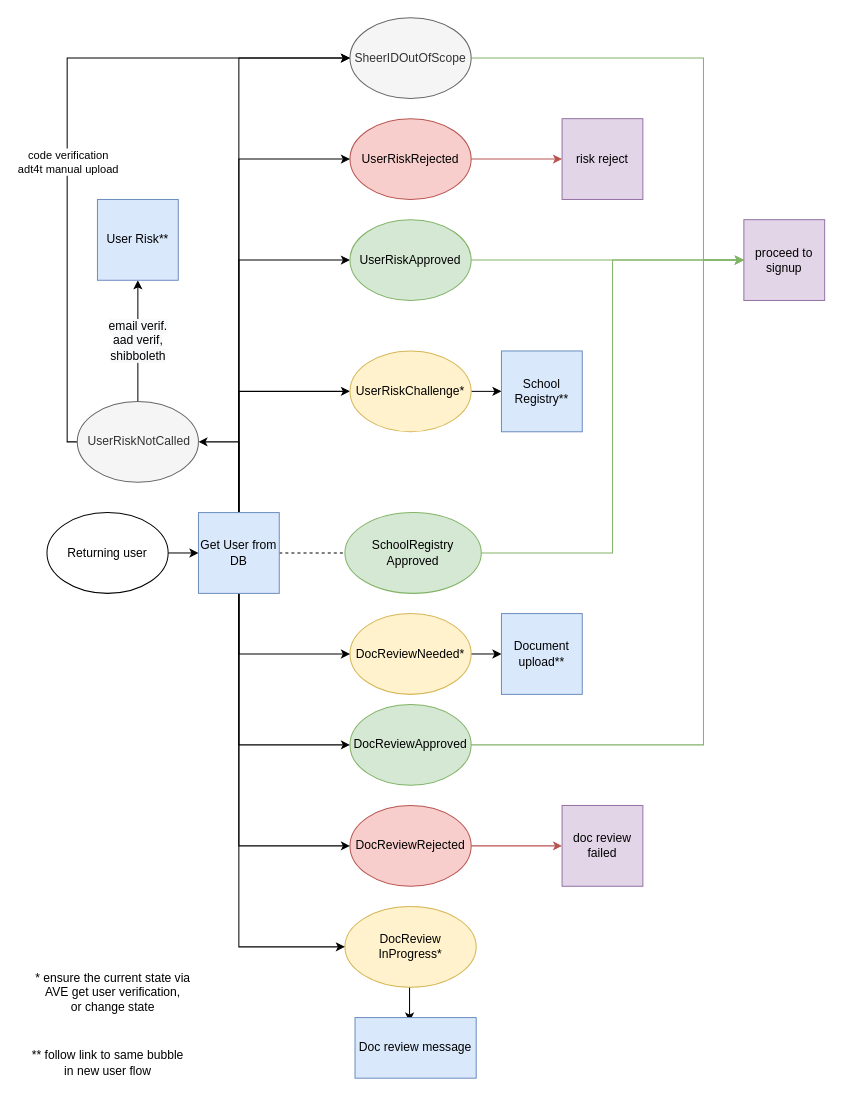
Before: sheer id 2.drawio in sauravbhattacharya001/sauravbhattacharya001, a draw.io diagram. Source tidied: cells renumbered, new cells numbered last; positions are measured from the earlier drawing's top-left corner, leaving out a move shared by most shapes. Both pictures are drawn from the tidied source at 101%, with x=0, y=0 at pixel (21, 17).
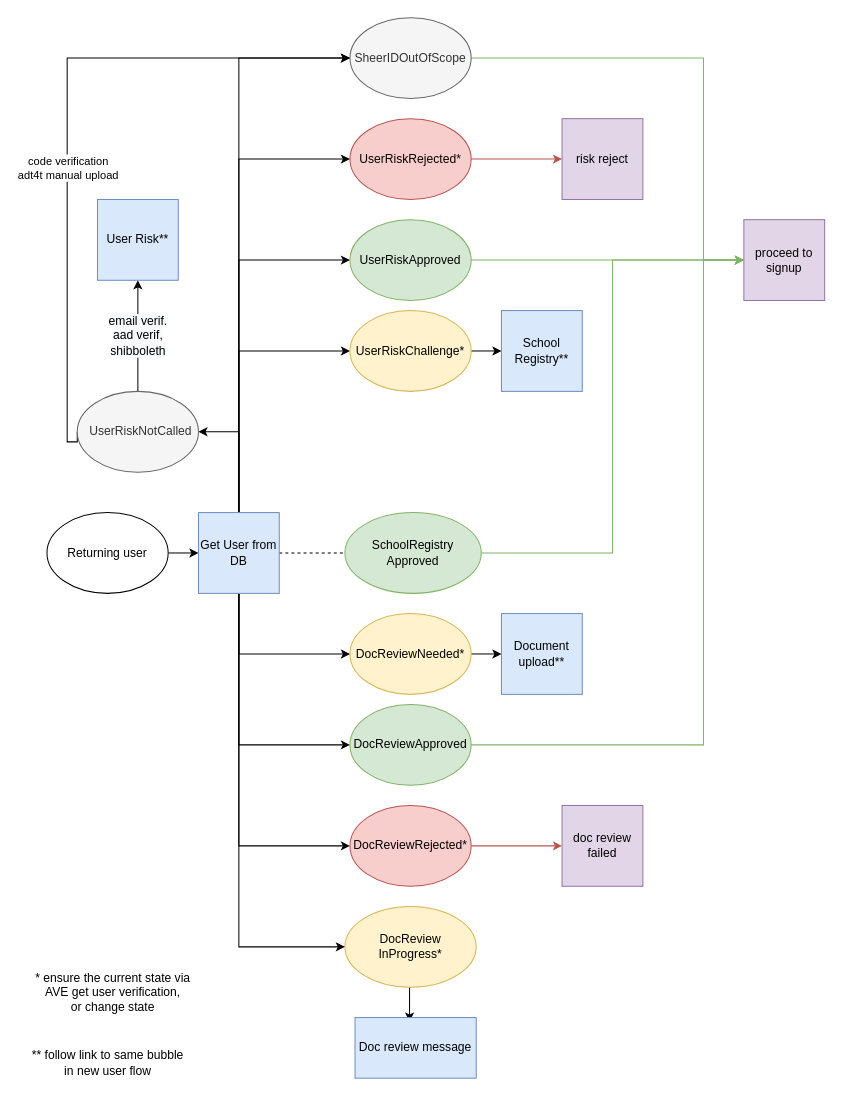
After the change.

Change to the diagram source:
```diff
@@
-    <mxCell id="5" value="UserRiskRejected" style="ellipse;whiteSpace=wrap;html=1;fillColor=#f8cecc;strokeColor=#b85450;" parent="1" vertex="1">
+    <mxCell id="5" value="UserRiskRejected*" style="ellipse;whiteSpace=wrap;html=1;fillColor=#f8cecc;strokeColor=#b85450;" parent="1" vertex="1">
       <mxGeometry x="325" y="100" width="120" height="80" as="geometry" />
     </mxCell>
@@
     <mxCell id="12" value="UserRiskChallenge*" style="ellipse;whiteSpace=wrap;html=1;fillColor=#fff2cc;strokeColor=#d6b656;" parent="1" vertex="1">
-      <mxGeometry x="325" y="330" width="120" height="80" as="geometry" />
+      <mxGeometry x="325" y="290" width="120" height="80" as="geometry" />
     </mxCell>
@@
-    <mxCell id="22" value="DocReviewRejected" style="ellipse;whiteSpace=wrap;html=1;fillColor=#f8cecc;strokeColor=#b85450;" parent="1" vertex="1">
+    <mxCell id="22" value="DocReviewRejected*" style="ellipse;whiteSpace=wrap;html=1;fillColor=#f8cecc;strokeColor=#b85450;" parent="1" vertex="1">
       <mxGeometry x="325" y="780" width="120" height="80" as="geometry" />
     </mxCell>
@@
-    <mxCell id="40" value="&lt;p class=&quot;MsoListParagraph&quot; style=&quot;text-indent: -0.25in&quot;&gt;&amp;nbsp; &amp;nbsp; &amp;nbsp; &amp;nbsp; &amp;nbsp;UserRiskNotCalled&amp;nbsp;&lt;/p&gt;" style="ellipse;whiteSpace=wrap;html=1;fillColor=#f5f5f5;strokeColor=#666666;fontColor=#333333;" parent="1" vertex="1">
-      <mxGeometry x="55" y="380" width="120" height="80" as="geometry" />
+    <mxCell id="40" value="&lt;p class=&quot;MsoListParagraph&quot; style=&quot;text-indent: -0.25in&quot;&gt;&amp;nbsp; &amp;nbsp; &amp;nbsp; &amp;nbsp; &amp;nbsp;UserRiskNotCalled&lt;/p&gt;" style="ellipse;whiteSpace=wrap;html=1;fillColor=#f5f5f5;strokeColor=#666666;fontColor=#333333;" parent="1" vertex="1">
+      <mxGeometry x="55" y="370" width="120" height="80" as="geometry" />
     </mxCell>
@@
     <mxCell id="42" value="School Registry**" style="whiteSpace=wrap;html=1;fillColor=#dae8fc;strokeColor=#6c8ebf;" parent="1" vertex="1">
-      <mxGeometry x="475" y="330" width="80" height="80" as="geometry" />
+      <mxGeometry x="475" y="290" width="80" height="80" as="geometry" />
     </mxCell>
```
